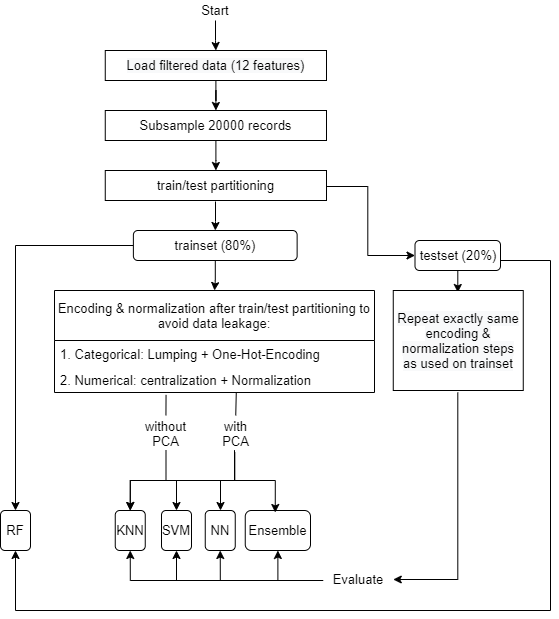
ericwanga/shared keeps this draw.io diagram as img/Assignment3_process.png. Above is the earlier version. Source tidied: cells renumbered, new cells last; positions are measured from the earlier drawing's top-left corner, leaving out a move shared by most shapes.
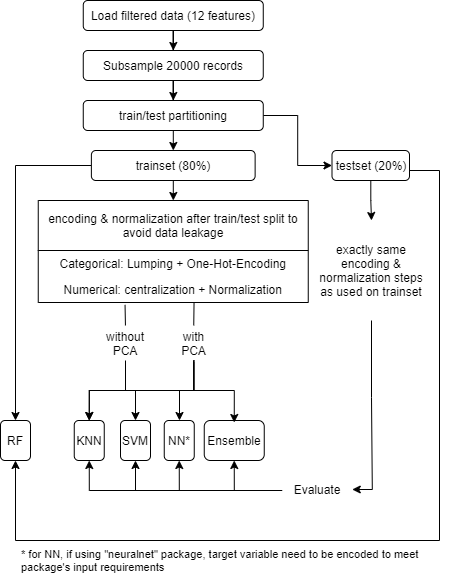
The same file after the commit.

What changed in the source:
```diff
@@ -2,98 +2,105 @@
   <root>
     <mxCell id="0" />
     <mxCell id="1" parent="0" />
+    <mxCell id="33" style="edgeStyle=orthogonalEdgeStyle;rounded=0;jettySize=auto;html=1;" parent="1" edge="1" source="34" target="37">
+      <mxGeometry relative="1" as="geometry" />
+    </mxCell>
+    <mxCell id="34" value="Load filtered data (12 features)" style="rounded=1;whiteSpace=wrap;html=1;" parent="1" vertex="1">
+      <mxGeometry x="123.8" y="90" width="180" height="30" as="geometry" />
+    </mxCell>
+    <mxCell id="36" style="edgeStyle=orthogonalEdgeStyle;rounded=0;jettySize=auto;html=1;" parent="1" edge="1" source="37" target="35">
+      <mxGeometry relative="1" as="geometry" />
+    </mxCell>
+    <mxCell id="37" value="Subsample 20000 records" style="rounded=1;whiteSpace=wrap;html=1;" parent="1" vertex="1">
+      <mxGeometry x="123.8" y="140" width="180" height="30" as="geometry" />
+    </mxCell>
-    <mxCell id="2" style="edgeStyle=orthogonalEdgeStyle;rounded=0;jettySize=auto;html=1;fontSize=13;" parent="1" edge="1" target="6">
-      <mxGeometry relative="1" as="geometry">
-        <mxPoint x="215" y="201" as="sourcePoint" />
-      </mxGeometry>
+    <mxCell id="2" style="edgeStyle=orthogonalEdgeStyle;rounded=0;jettySize=auto;html=1;" parent="1" edge="1" source="35" target="6">
+      <mxGeometry relative="1" as="geometry" />
     </mxCell>
-    <mxCell id="3" style="edgeStyle=orthogonalEdgeStyle;rounded=0;jettySize=auto;html=1;entryX=0;entryY=0.5;entryDx=0;entryDy=0;fontSize=13;" parent="1" edge="1" target="9">
-      <mxGeometry relative="1" as="geometry">
-        <mxPoint x="320" y="186" as="sourcePoint" />
-      </mxGeometry>
+    <mxCell id="3" style="edgeStyle=orthogonalEdgeStyle;rounded=0;jettySize=auto;html=1;entryX=0;entryY=0.5;entryDx=0;entryDy=0;" parent="1" edge="1" source="35" target="9">
+      <mxGeometry relative="1" as="geometry" />
     </mxCell>
+    <mxCell id="35" value="train/test partitioning" style="rounded=1;whiteSpace=wrap;html=1;" parent="1" vertex="1">
+      <mxGeometry x="123.8" y="190" width="180" height="30" as="geometry" />
+    </mxCell>
     <mxCell id="4" style="edgeStyle=orthogonalEdgeStyle;rounded=0;jettySize=auto;html=1;" parent="1" edge="1" source="6" target="11">
       <mxGeometry relative="1" as="geometry" />
     </mxCell>
-    <mxCell id="5" style="edgeStyle=orthogonalEdgeStyle;rounded=0;jettySize=auto;html=1;fontSize=13;" parent="1" edge="1" source="6" target="16">
+    <mxCell id="5" style="edgeStyle=orthogonalEdgeStyle;rounded=0;jettySize=auto;html=1;" parent="1" edge="1" source="6" target="16">
       <mxGeometry relative="1" as="geometry" />
     </mxCell>
-    <mxCell id="6" value="trainset (80%)" style="rounded=1;whiteSpace=wrap;html=1;fontSize=13;" parent="1" vertex="1">
-      <mxGeometry x="132.9" y="230" width="163.8" height="30" as="geometry" />
+    <mxCell id="6" value="trainset (80%)" style="rounded=1;whiteSpace=wrap;html=1;" parent="1" vertex="1">
+      <mxGeometry x="131.9" y="240" width="163.8" height="30" as="geometry" />
     </mxCell>
     <mxCell id="7" style="edgeStyle=orthogonalEdgeStyle;rounded=0;jettySize=auto;html=1;entryX=0.5;entryY=1;entryDx=0;entryDy=0;" parent="1" edge="1" source="9" target="11">
       <mxGeometry relative="1" as="geometry">
         <Array as="points">
-          <mxPoint x="550" y="260" />
-          <mxPoint x="550" y="610" />
-          <mxPoint x="15" y="610" />
+          <mxPoint x="480" y="260" />
+          <mxPoint x="480" y="630" />
+          <mxPoint x="56" y="630" />
         </Array>
       </mxGeometry>
     </mxCell>
-    <mxCell id="8" style="edgeStyle=orthogonalEdgeStyle;rounded=0;jettySize=auto;html=1;fontSize=13;" parent="1" edge="1" source="9">
-      <mxGeometry relative="1" as="geometry">
-        <mxPoint x="457.3" y="292" as="targetPoint" />
-      </mxGeometry>
+    <mxCell id="8" style="edgeStyle=orthogonalEdgeStyle;rounded=0;jettySize=auto;html=1;" parent="1" edge="1" source="9" target="41">
+      <mxGeometry relative="1" as="geometry" />
     </mxCell>
-    <mxCell id="9" value="testset (20%)" style="rounded=1;whiteSpace=wrap;html=1;fontSize=13;" parent="1" vertex="1">
-      <mxGeometry x="414.5" y="240" width="85.5" height="30" as="geometry" />
+    <mxCell id="9" value="testset (20%)" style="rounded=1;whiteSpace=wrap;html=1;" parent="1" vertex="1">
+      <mxGeometry x="372.5" y="240" width="77.5" height="30" as="geometry" />
     </mxCell>
-    <mxCell id="10" value="KNN" style="rounded=1;whiteSpace=wrap;html=1;fillColor=#FFFFFF;fontSize=13;" parent="1" vertex="1">
+    <mxCell id="10" value="KNN" style="rounded=1;whiteSpace=wrap;html=1;fillColor=#FFFFFF;" parent="1" vertex="1">
       <mxGeometry x="114.8" y="510" width="30" height="40" as="geometry" />
     </mxCell>
-    <mxCell id="11" value="RF" style="rounded=1;whiteSpace=wrap;html=1;fillColor=#FFFFFF;fontSize=13;" parent="1" vertex="1">
-      <mxGeometry y="510" width="30" height="40" as="geometry" />
+    <mxCell id="11" value="RF" style="rounded=1;whiteSpace=wrap;html=1;fillColor=#FFFFFF;" parent="1" vertex="1">
+      <mxGeometry x="41" y="510" width="30" height="40" as="geometry" />
     </mxCell>
-    <mxCell id="12" value="SVM" style="rounded=1;whiteSpace=wrap;html=1;fillColor=#FFFFFF;fontSize=13;" parent="1" vertex="1">
+    <mxCell id="12" value="SVM" style="rounded=1;whiteSpace=wrap;html=1;fillColor=#FFFFFF;" parent="1" vertex="1">
       <mxGeometry x="161" y="510" width="30" height="40" as="geometry" />
     </mxCell>
-    <mxCell id="13" value="Ensemble" style="rounded=1;whiteSpace=wrap;html=1;fillColor=#FFFFFF;fontSize=13;" parent="1" vertex="1">
-      <mxGeometry x="244.8" y="510" width="65.2" height="40" as="geometry" />
+    <mxCell id="13" value="Ensemble" style="rounded=1;whiteSpace=wrap;html=1;fillColor=#FFFFFF;" parent="1" vertex="1">
+      <mxGeometry x="244.8" y="510" width="60" height="40" as="geometry" />
     </mxCell>
-    <mxCell id="14" value="NN" style="rounded=1;whiteSpace=wrap;html=1;fillColor=#FFFFFF;fontSize=13;" parent="1" vertex="1">
+    <mxCell id="14" value="NN*" style="rounded=1;whiteSpace=wrap;html=1;fillColor=#FFFFFF;" parent="1" vertex="1">
       <mxGeometry x="204.8" y="510" width="30" height="40" as="geometry" />
     </mxCell>
-    <mxCell id="15" style="edgeStyle=orthogonalEdgeStyle;rounded=0;jettySize=auto;html=1;entryX=1;entryY=0.5;entryDx=0;entryDy=0;fontSize=13;" parent="1" edge="1" target="23">
-      <mxGeometry relative="1" as="geometry">
-        <mxPoint x="457.3" y="392" as="sourcePoint" />
-        <Array as="points">
-          <mxPoint x="457" y="579" />
-        </Array>
-      </mxGeometry>
+    <mxCell id="15" style="edgeStyle=orthogonalEdgeStyle;rounded=0;jettySize=auto;html=1;entryX=1;entryY=0.5;entryDx=0;entryDy=0;" parent="1" edge="1" source="41" target="23">
+      <mxGeometry relative="1" as="geometry" />
     </mxCell>
+    <mxCell id="41" value="exactly same encoding &amp;amp; normalization steps as used on trainset" style="text;html=1;strokeColor=none;fillColor=none;align=center;verticalAlign=middle;whiteSpace=wrap;rounded=0;" parent="1" vertex="1">
+      <mxGeometry x="352" y="310" width="120" height="100" as="geometry" />
+    </mxCell>
-    <mxCell id="16" value="Encoding &amp; normalization after train/test partitioning to avoid data leakage:" style="swimlane;fontStyle=0;horizontal=1;startSize=50;whiteSpace=wrap;fontSize=13;" parent="1" vertex="1">
-      <mxGeometry x="54" y="290" width="320" height="102" as="geometry" />
+    <mxCell id="16" value="encoding &amp; normalization after train/test split to avoid data leakage" style="swimlane;fontStyle=0;horizontal=1;startSize=50;whiteSpace=wrap;" parent="1" vertex="1">
+      <mxGeometry x="78.8" y="290" width="270" height="102" as="geometry" />
     </mxCell>
-    <mxCell id="17" value="1. Categorical: Lumping + One-Hot-Encoding" style="text;strokeColor=none;fillColor=none;align=left;verticalAlign=top;spacingLeft=4;spacingRight=4;overflow=hidden;fontSize=13;" parent="16" vertex="1">
-      <mxGeometry y="50" width="320" height="26" as="geometry" />
+    <mxCell id="17" value="Categorical: Lumping + One-Hot-Encoding" style="text;strokeColor=none;fillColor=none;align=center;verticalAlign=top;spacingLeft=4;spacingRight=4;overflow=hidden;" parent="16" vertex="1">
+      <mxGeometry y="50" width="270" height="26" as="geometry" />
     </mxCell>
-    <mxCell id="18" value="2. Numerical: centralization + Normalization" style="text;strokeColor=none;fillColor=none;align=left;verticalAlign=top;spacingLeft=4;spacingRight=4;overflow=hidden;points=[[0,0.5],[1,0.5]];portConstraint=eastwest;fontSize=13;" parent="16" vertex="1">
-      <mxGeometry y="76" width="320" height="26" as="geometry" />
+    <mxCell id="18" value="Numerical: centralization + Normalization" style="text;strokeColor=none;fillColor=none;align=center;verticalAlign=top;spacingLeft=4;spacingRight=4;overflow=hidden;points=[[0,0.5],[1,0.5]];portConstraint=eastwest;" parent="16" vertex="1">
+      <mxGeometry y="76" width="270" height="26" as="geometry" />
     </mxCell>
-    <mxCell id="19" style="edgeStyle=orthogonalEdgeStyle;rounded=0;jettySize=auto;html=1;entryX=0.5;entryY=1;entryDx=0;entryDy=0;fontSize=13;" parent="1" edge="1" target="13">
+    <mxCell id="19" style="edgeStyle=orthogonalEdgeStyle;rounded=0;jettySize=auto;html=1;entryX=0.5;entryY=1;entryDx=0;entryDy=0;" parent="1" edge="1" target="13">
       <mxGeometry relative="1" as="geometry">
         <mxPoint x="342" y="580" as="sourcePoint" />
       </mxGeometry>
     </mxCell>
-    <mxCell id="20" style="edgeStyle=orthogonalEdgeStyle;rounded=0;jettySize=auto;html=1;entryX=0.5;entryY=1;entryDx=0;entryDy=0;fontSize=13;" parent="1" edge="1" target="14">
+    <mxCell id="20" style="edgeStyle=orthogonalEdgeStyle;rounded=0;jettySize=auto;html=1;entryX=0.5;entryY=1;entryDx=0;entryDy=0;" parent="1" edge="1" target="14">
       <mxGeometry relative="1" as="geometry">
         <mxPoint x="342" y="580" as="sourcePoint" />
       </mxGeometry>
     </mxCell>
-    <mxCell id="21" style="edgeStyle=orthogonalEdgeStyle;rounded=0;jettySize=auto;html=1;entryX=0.5;entryY=1;entryDx=0;entryDy=0;fontSize=13;" parent="1" edge="1" target="12">
+    <mxCell id="21" style="edgeStyle=orthogonalEdgeStyle;rounded=0;jettySize=auto;html=1;entryX=0.5;entryY=1;entryDx=0;entryDy=0;" parent="1" edge="1" target="12">
       <mxGeometry relative="1" as="geometry">
         <mxPoint x="342" y="580" as="sourcePoint" />
       </mxGeometry>
     </mxCell>
-    <mxCell id="22" style="edgeStyle=orthogonalEdgeStyle;rounded=0;jettySize=auto;html=1;entryX=0.5;entryY=1;entryDx=0;entryDy=0;fontSize=13;" parent="1" edge="1" target="10">
+    <mxCell id="22" style="edgeStyle=orthogonalEdgeStyle;rounded=0;jettySize=auto;html=1;entryX=0.5;entryY=1;entryDx=0;entryDy=0;" parent="1" edge="1" target="10">
       <mxGeometry relative="1" as="geometry">
         <mxPoint x="342" y="580" as="sourcePoint" />
       </mxGeometry>
     </mxCell>
-    <mxCell id="23" value="Evaluate" style="rounded=0;whiteSpace=wrap;html=1;strokeColor=none;fontSize=13;" parent="1" vertex="1">
+    <mxCell id="23" value="Evaluate" style="rounded=0;whiteSpace=wrap;html=1;strokeColor=none;" parent="1" vertex="1">
       <mxGeometry x="322.8" y="564" width="70" height="30" as="geometry" />
     </mxCell>
-    <mxCell id="24" style="edgeStyle=orthogonalEdgeStyle;rounded=0;orthogonalLoop=1;jettySize=auto;html=1;entryX=0.5;entryY=0;entryDx=0;entryDy=0;fontSize=13;" parent="1" edge="1">
+    <mxCell id="24" style="edgeStyle=orthogonalEdgeStyle;rounded=0;orthogonalLoop=1;jettySize=auto;html=1;entryX=0.5;entryY=0;entryDx=0;entryDy=0;" parent="1" edge="1">
       <mxGeometry relative="1" as="geometry">
         <mxPoint x="234.3" y="452" as="sourcePoint" />
         <mxPoint x="274.8" y="512" as="targetPoint" />
@@ -103,7 +110,7 @@
         </Array>
       </mxGeometry>
     </mxCell>
-    <mxCell id="25" style="edgeStyle=orthogonalEdgeStyle;rounded=0;jettySize=auto;html=1;fontSize=13;" parent="1" edge="1" source="28" target="14">
+    <mxCell id="25" style="edgeStyle=orthogonalEdgeStyle;rounded=0;jettySize=auto;html=1;" parent="1" edge="1" source="28" target="14">
       <mxGeometry relative="1" as="geometry">
         <Array as="points">
           <mxPoint x="234" y="480" />
@@ -111,7 +118,7 @@
         </Array>
       </mxGeometry>
     </mxCell>
-    <mxCell id="26" style="edgeStyle=orthogonalEdgeStyle;rounded=0;jettySize=auto;html=1;fontSize=13;" parent="1" edge="1" source="28" target="12">
+    <mxCell id="26" style="edgeStyle=orthogonalEdgeStyle;rounded=0;jettySize=auto;html=1;" parent="1" edge="1" source="28" target="12">
       <mxGeometry relative="1" as="geometry">
         <Array as="points">
           <mxPoint x="234" y="480" />
@@ -119,7 +126,7 @@
         </Array>
       </mxGeometry>
     </mxCell>
-    <mxCell id="27" style="edgeStyle=orthogonalEdgeStyle;rounded=0;jettySize=auto;html=1;entryX=0.5;entryY=0;entryDx=0;entryDy=0;fontSize=13;" parent="1" edge="1" source="28" target="10">
+    <mxCell id="27" style="edgeStyle=orthogonalEdgeStyle;rounded=0;jettySize=auto;html=1;entryX=0.5;entryY=0;entryDx=0;entryDy=0;" parent="1" edge="1" source="28" target="10">
       <mxGeometry relative="1" as="geometry">
         <Array as="points">
           <mxPoint x="234" y="480" />
@@ -127,13 +134,13 @@
         </Array>
       </mxGeometry>
     </mxCell>
-    <mxCell id="28" value="with PCA" style="text;html=1;strokeColor=none;fillColor=none;align=center;verticalAlign=middle;whiteSpace=wrap;rounded=0;fontSize=13;" parent="1" vertex="1">
-      <mxGeometry x="211" y="415" width="48.5" height="35" as="geometry" />
+    <mxCell id="28" value="with PCA" style="text;html=1;strokeColor=none;fillColor=none;align=center;verticalAlign=middle;whiteSpace=wrap;rounded=0;" parent="1" vertex="1">
+      <mxGeometry x="210" y="415" width="48.5" height="35" as="geometry" />
     </mxCell>
-    <mxCell id="29" style="endArrow=none;html=1;exitX=0.5;exitY=0;exitDx=0;exitDy=0;entryX=0.568;entryY=1.013;entryDx=0;entryDy=0;entryPerimeter=0;fontSize=13;" parent="1" edge="1" source="28" target="18">
+    <mxCell id="29" style="endArrow=none;html=1;exitX=0.5;exitY=0;exitDx=0;exitDy=0;entryX=0.577;entryY=1.013;entryDx=0;entryDy=0;entryPerimeter=0;" parent="1" edge="1" source="28" target="18">
       <mxGeometry relative="1" as="geometry" />
     </mxCell>
-    <mxCell id="30" style="edgeStyle=orthogonalEdgeStyle;rounded=0;jettySize=auto;html=1;entryX=0.5;entryY=0;entryDx=0;entryDy=0;fontSize=13;" parent="1" edge="1" source="31" target="10">
+    <mxCell id="30" style="edgeStyle=orthogonalEdgeStyle;rounded=0;jettySize=auto;html=1;entryX=0.5;entryY=0;entryDx=0;entryDy=0;" parent="1" edge="1" source="31" target="10">
       <mxGeometry relative="1" as="geometry">
         <Array as="points">
           <mxPoint x="166" y="480" />
@@ -141,37 +148,16 @@
         </Array>
       </mxGeometry>
     </mxCell>
-    <mxCell id="31" value="without PCA" style="text;html=1;strokeColor=none;fillColor=none;align=center;verticalAlign=middle;whiteSpace=wrap;rounded=0;fontSize=13;" parent="1" vertex="1">
-      <mxGeometry x="130.9" y="415" width="69.1" height="35" as="geometry" />
+    <mxCell id="31" value="without PCA" style="text;html=1;strokeColor=none;fillColor=none;align=center;verticalAlign=middle;whiteSpace=wrap;rounded=0;" parent="1" vertex="1">
+      <mxGeometry x="131.9" y="415" width="68.1" height="35" as="geometry" />
     </mxCell>
-    <mxCell id="32" style="endArrow=none;html=1;entryX=0.34;entryY=1.09;entryDx=0;entryDy=0;entryPerimeter=0;exitX=0.5;exitY=0;exitDx=0;exitDy=0;fontSize=13;" parent="1" edge="1" source="31">
+    <mxCell id="32" style="endArrow=none;html=1;entryX=0.34;entryY=1.09;entryDx=0;entryDy=0;entryPerimeter=0;exitX=0.5;exitY=0;exitDx=0;exitDy=0;" parent="1" edge="1" source="31">
       <mxGeometry relative="1" as="geometry">
         <mxPoint x="165.5" y="394.3" as="targetPoint" />
       </mxGeometry>
     </mxCell>
-    <mxCell id="33" style="edgeStyle=orthogonalEdgeStyle;rounded=0;jettySize=auto;html=1;fontSize=13;" parent="1" edge="1" source="34" target="37">
-      <mxGeometry relative="1" as="geometry" />
-    </mxCell>
-    <mxCell id="34" value="&#10;&#10;&lt;span style=&quot;color: rgb(0, 0, 0); font-family: helvetica; font-size: 13px; font-style: normal; font-weight: 400; letter-spacing: normal; text-align: center; text-indent: 0px; text-transform: none; word-spacing: 0px; background-color: rgb(248, 249, 250); display: inline; float: none;&quot;&gt;Load filtered data (12 features)&lt;/span&gt;&#10;&#10;" style="rounded=0;whiteSpace=wrap;html=1;fontSize=13;align=center;" parent="1" vertex="1">
-      <mxGeometry x="104.8" y="50" width="221.2" height="30" as="geometry" />
-    </mxCell>
-    <mxCell id="35" value="train/test partitioning" style="rounded=0;whiteSpace=wrap;html=1;fontSize=13;align=center;" parent="1" vertex="1">
-      <mxGeometry x="104.8" y="170" width="221.2" height="30" as="geometry" />
-    </mxCell>
-    <mxCell id="36" style="edgeStyle=orthogonalEdgeStyle;rounded=0;jettySize=auto;html=1;entryX=0.5;entryY=0;entryDx=0;entryDy=0;fontSize=13;" parent="1" edge="1" source="37" target="35">
-      <mxGeometry relative="1" as="geometry" />
-    </mxCell>
-    <mxCell id="37" value="&lt;span style=&quot;font-family: &amp;#34;helvetica&amp;#34;&quot;&gt;Subsample 20000 records&lt;/span&gt;" style="rounded=0;whiteSpace=wrap;html=1;fontSize=13;align=center;" parent="1" vertex="1">
-      <mxGeometry x="104.8" y="110" width="221.2" height="30" as="geometry" />
-    </mxCell>
-    <mxCell id="38" style="edgeStyle=orthogonalEdgeStyle;rounded=0;jettySize=auto;html=1;entryX=0.5;entryY=0;entryDx=0;entryDy=0;fontSize=13;" parent="1" edge="1" source="39" target="34">
-      <mxGeometry relative="1" as="geometry" />
-    </mxCell>
-    <mxCell id="39" value="Start" style="text;html=1;strokeColor=none;fillColor=none;align=center;verticalAlign=middle;whiteSpace=wrap;rounded=0;fontSize=13;" parent="1" vertex="1">
-      <mxGeometry x="195" width="40" height="20" as="geometry" />
-    </mxCell>
-    <mxCell id="40" value="&#10;&#10;&lt;span style=&quot;color: rgb(0, 0, 0); font-family: helvetica; font-size: 13px; font-style: normal; font-weight: 400; letter-spacing: normal; text-align: center; text-indent: 0px; text-transform: none; word-spacing: 0px; background-color: rgb(248, 249, 250); display: inline; float: none;&quot;&gt;Repeat exactly same encoding &amp;amp; normalization steps as used on trainset&lt;/span&gt;&#10;&#10;" style="rounded=0;whiteSpace=wrap;html=1;fontSize=13;align=center;" parent="1" vertex="1">
-      <mxGeometry x="392.8" y="290" width="130" height="100" as="geometry" />
-    </mxCell>
+    <mxCell id="42" value="* for NN, if using &quot;neuralnet&quot; package, target variable need to be encoded to meet package's input requirements" style="text;html=1;strokeColor=none;fillColor=none;align=left;verticalAlign=middle;whiteSpace=wrap;rounded=0;fontSize=11;" parent="1" vertex="1">
+      <mxGeometry x="59.7" y="640" width="430" height="20" as="geometry" />
+    </mxCell>
   </root>
 </mxGraphModel>
```
